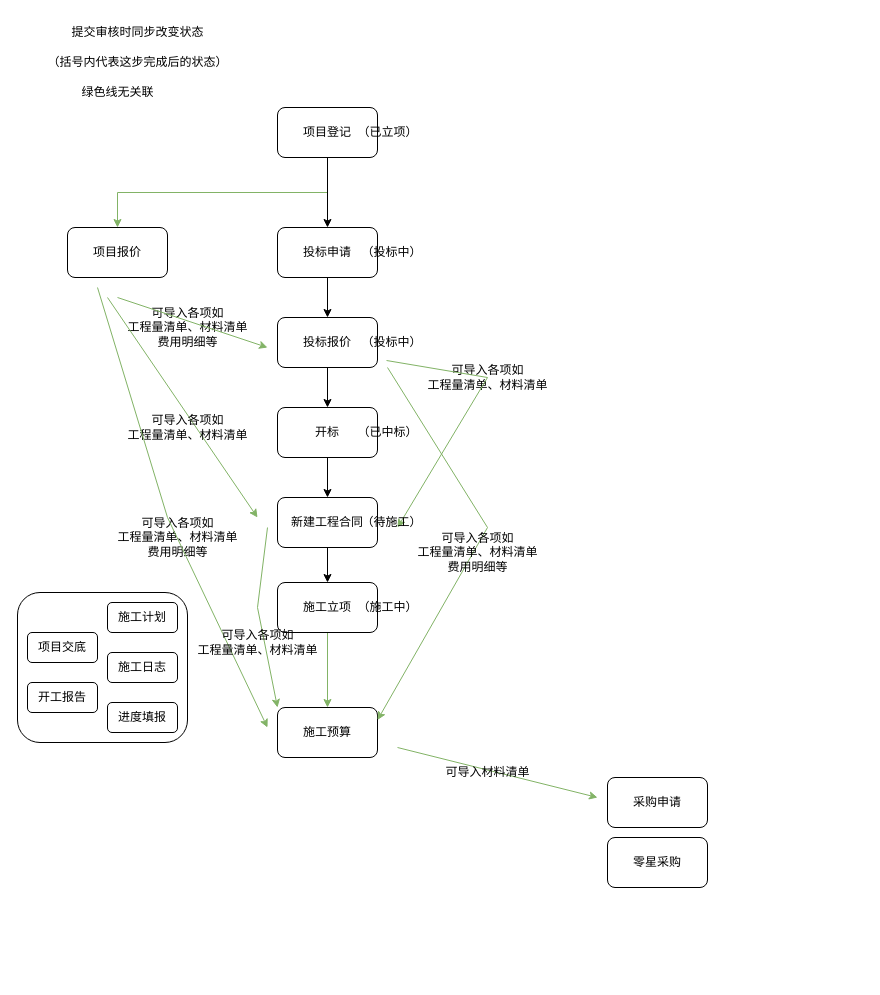
This is 自定义项目管理.drawio from DearJJJ/my_design_pattern, a draw.io file, before an edit. Source tidied: cells renumbered, new cells numbered last; positions are measured from the earlier drawing's top-left corner, leaving out a move shared by most shapes. Both pictures are drawn from the tidied source at 100%, with x=0, y=0 at pixel (17, 17).
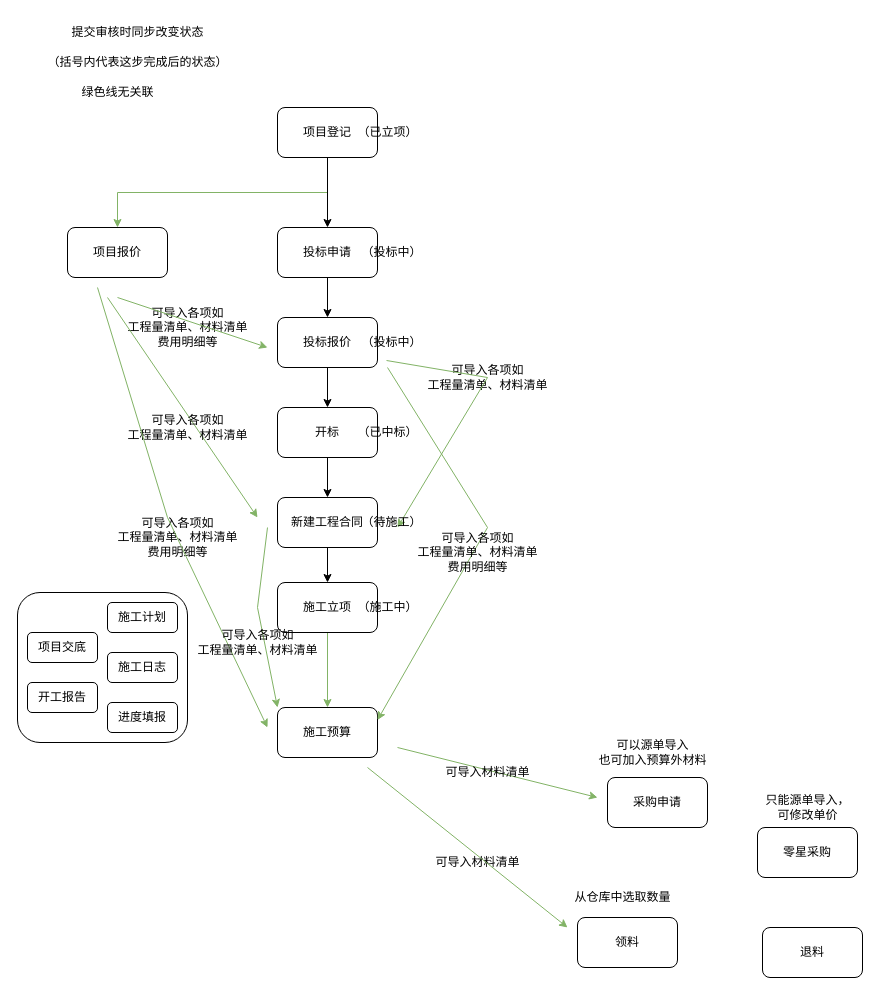
Above is the later version.

Commit message (it also covers changes not shown here):
更新自定义项目管理.drawio

The edit, as a diff of the source:
```diff
@@
     <mxCell id="42" value="零星采购" style="rounded=1;whiteSpace=wrap;html=1;" parent="1" vertex="1">
-      <mxGeometry x="590" y="820" width="100" height="50" as="geometry" />
+      <mxGeometry x="740" y="810" width="100" height="50" as="geometry" />
     </mxCell>
@@
+    <mxCell id="49" value="可以源单导入&lt;br&gt;也可加入预算外材料" style="text;html=1;align=center;verticalAlign=middle;strokeColor=none;fillColor=none;" parent="1" vertex="1">
+      <mxGeometry x="570" y="715" width="130" height="40" as="geometry" />
+    </mxCell>
+    <mxCell id="50" value="只能源单导入，&lt;br&gt;可修改单价" style="text;html=1;align=center;verticalAlign=middle;strokeColor=none;fillColor=none;" parent="1" vertex="1">
+      <mxGeometry x="735" y="770" width="110" height="40" as="geometry" />
+    </mxCell>
+    <mxCell id="51" value="领料" style="rounded=1;whiteSpace=wrap;html=1;" parent="1" vertex="1">
+      <mxGeometry x="560" y="900" width="100" height="50" as="geometry" />
+    </mxCell>
+    <mxCell id="52" value="退料" style="rounded=1;whiteSpace=wrap;html=1;" parent="1" vertex="1">
+      <mxGeometry x="745" y="910" width="100" height="50" as="geometry" />
+    </mxCell>
+    <mxCell id="53" value="可导入材料清单&lt;br&gt;" style="text;html=1;align=center;verticalAlign=middle;strokeColor=none;fillColor=none;" parent="1" vertex="1">
+      <mxGeometry x="405" y="830" width="110" height="30" as="geometry" />
+    </mxCell>
+    <mxCell id="54" style="endArrow=classic;html=1;rounded=0;fillColor=#d5e8d4;strokeColor=#82b366;" parent="1" edge="1">
+      <mxGeometry relative="1" as="geometry">
+        <mxPoint x="350" y="750" as="sourcePoint" />
+        <mxPoint x="550" y="910" as="targetPoint" />
+      </mxGeometry>
+    </mxCell>
+    <mxCell id="55" value="从仓库中选取数量" style="text;html=1;align=center;verticalAlign=middle;strokeColor=none;fillColor=none;" parent="1" vertex="1">
+      <mxGeometry x="545" y="865" width="120" height="30" as="geometry" />
+    </mxCell>
```
